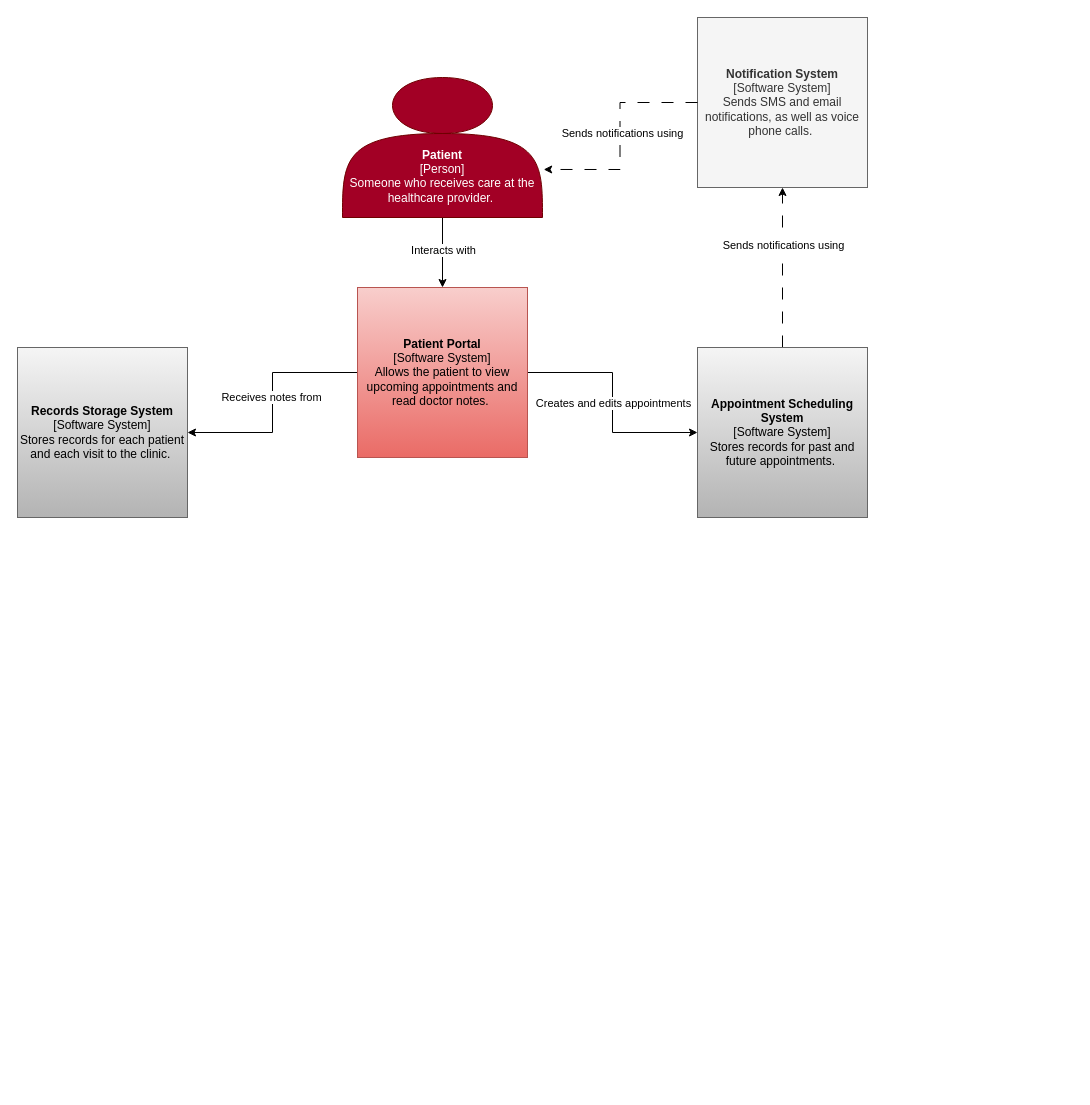
Earlier version of the draw.io diagram 8470-EHR-Lab.drawio (mestabrookuno/8470-assignments). Source tidied: cells renumbered, new cells numbered last; positions are measured from the earlier drawing's top-left corner, leaving out a move shared by most shapes. Both pictures are drawn from the tidied source at 100%, with x=0, y=0 at pixel (17, 17).
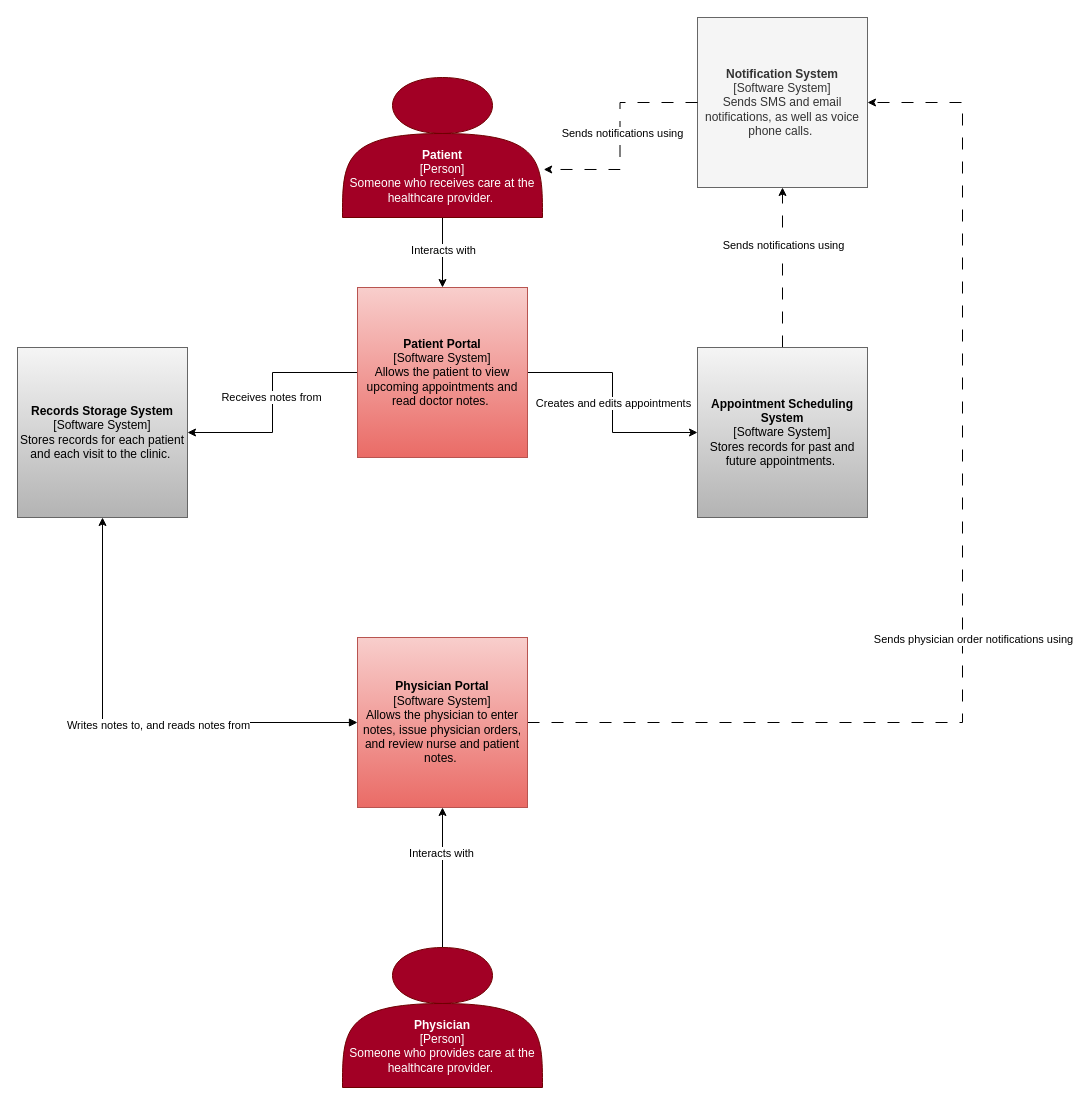
After the change.

Commit message:
Added physician portal and interactions.

The change refers to these unchanged cells:
```xml
<mxCell id="10" value="&lt;div style=&quot;&quot;&gt;&lt;b&gt;Records Storage System&lt;/b&gt;&lt;/div&gt;[Software System]&lt;br&gt;Stores records for each patient and each visit to the clinic.&amp;nbsp;" style="whiteSpace=wrap;html=1;fillColor=#f5f5f5;fillStyle=solid;strokeColor=#666666;gradientColor=#b3b3b3;" parent="1" vertex="1">
  <mxGeometry y="330" width="170" height="170" as="geometry" />
</mxCell>
<mxCell id="14" value="&lt;div style=&quot;&quot;&gt;&lt;b&gt;Notification System&lt;/b&gt;&lt;/div&gt;[Software System]&lt;br&gt;Sends SMS and email notifications, as well as voice phone calls.&amp;nbsp;" style="whiteSpace=wrap;html=1;fillColor=#f5f5f5;fillStyle=solid;strokeColor=#666666;fontColor=#333333;" parent="1" vertex="1">
  <mxGeometry x="680" width="170" height="170" as="geometry" />
</mxCell>
```

What changed in the source:
```diff
@@
+    <mxCell id="17" style="edgeStyle=orthogonalEdgeStyle;rounded=0;jettySize=auto;html=1;exitX=0;exitY=0.5;exitDx=0;exitDy=0;entryX=0.5;entryY=1;entryDx=0;entryDy=0;startArrow=block;startFill=1;" parent="1" edge="1" source="21" target="10">
+      <mxGeometry relative="1" as="geometry" />
+    </mxCell>
+    <mxCell id="18" value="Writes notes to, and reads notes from" style="edgeLabel;html=1;align=center;verticalAlign=middle;" parent="17" vertex="1">
+      <mxGeometry x="-0.13" y="2" relative="1" as="geometry" />
+    </mxCell>
+    <mxCell id="19" style="edgeStyle=orthogonalEdgeStyle;rounded=0;jettySize=auto;html=1;exitX=1;exitY=0.5;exitDx=0;exitDy=0;entryX=1;entryY=0.5;entryDx=0;entryDy=0;startArrow=none;startFill=0;dashed=1;strokeWidth=1;dashPattern=12 12;" parent="1" edge="1" source="21" target="14">
+      <mxGeometry relative="1" as="geometry">
+        <Array as="points">
+          <mxPoint x="945" y="705" />
+          <mxPoint x="945" y="85" />
+        </Array>
+      </mxGeometry>
+    </mxCell>
+    <mxCell id="20" value="Sends physician order notifications using" style="edgeLabel;html=1;align=center;verticalAlign=middle;" parent="19" vertex="1">
+      <mxGeometry x="0.21" y="1" relative="1" as="geometry">
+        <mxPoint x="11" y="177" as="offset" />
+      </mxGeometry>
+    </mxCell>
+    <mxCell id="21" value="&lt;div style=&quot;&quot;&gt;&lt;b style=&quot;background-color: initial;&quot;&gt;Physician Portal&lt;/b&gt;&lt;/div&gt;[Software System]&lt;br&gt;Allows the physician to enter notes, issue physician orders, and review nurse and patient notes.&amp;nbsp;" style="whiteSpace=wrap;html=1;fillColor=#f8cecc;strokeColor=#b85450;fillStyle=solid;gradientColor=#ea6b66;" parent="1" vertex="1">
+      <mxGeometry x="340" y="620" width="170" height="170" as="geometry" />
+    </mxCell>
+    <mxCell id="22" style="edgeStyle=orthogonalEdgeStyle;rounded=0;jettySize=auto;html=1;exitX=0.5;exitY=0;exitDx=0;exitDy=0;entryX=0.5;entryY=1;entryDx=0;entryDy=0;strokeWidth=1;startArrow=none;startFill=0;" parent="1" edge="1" source="24" target="21">
+      <mxGeometry relative="1" as="geometry" />
+    </mxCell>
+    <mxCell id="23" value="Interacts with" style="edgeLabel;html=1;align=center;verticalAlign=middle;" parent="22" vertex="1">
+      <mxGeometry x="0.35" y="2" relative="1" as="geometry" />
+    </mxCell>
+    <mxCell id="24" value="&lt;br&gt;&lt;br&gt;&lt;br&gt;&lt;br&gt;&lt;b&gt;Physician&lt;/b&gt;&lt;br&gt;[Person]&lt;br&gt;Someone who provides care at the healthcare provider.&amp;nbsp;" style="shape=actor;whiteSpace=wrap;html=1;fillColor=#a20025;strokeColor=#6F0000;fontColor=#ffffff;" parent="1" vertex="1">
+      <mxGeometry x="325" y="930" width="200" height="140" as="geometry" />
+    </mxCell>
```
